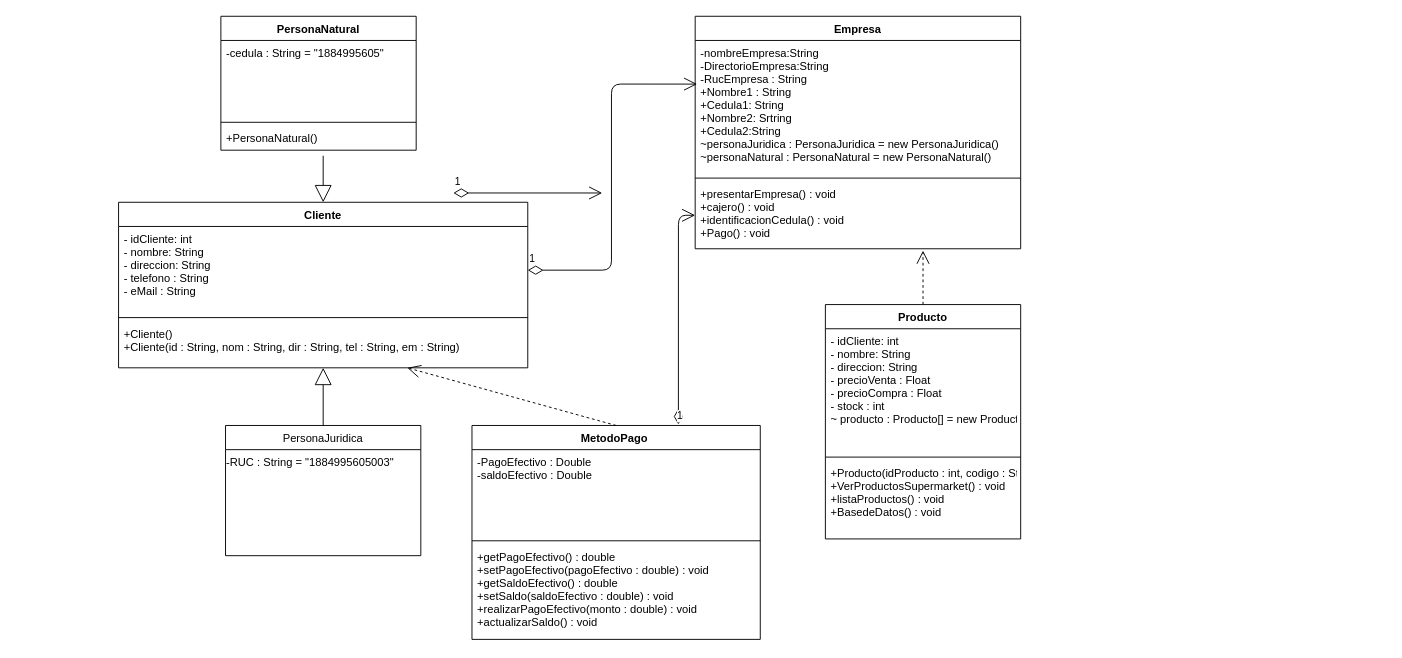
Earlier version of the draw.io diagram utilities/D01_Pagos.drawio (dayapt04/prjSupermarketGrupo4). Source tidied: cells renumbered, new cells numbered last; positions are measured from the earlier drawing's top-left corner, leaving out a move shared by most shapes. Both pictures are drawn from the tidied source at 93%, with x=0, y=0 at pixel (118, 16).
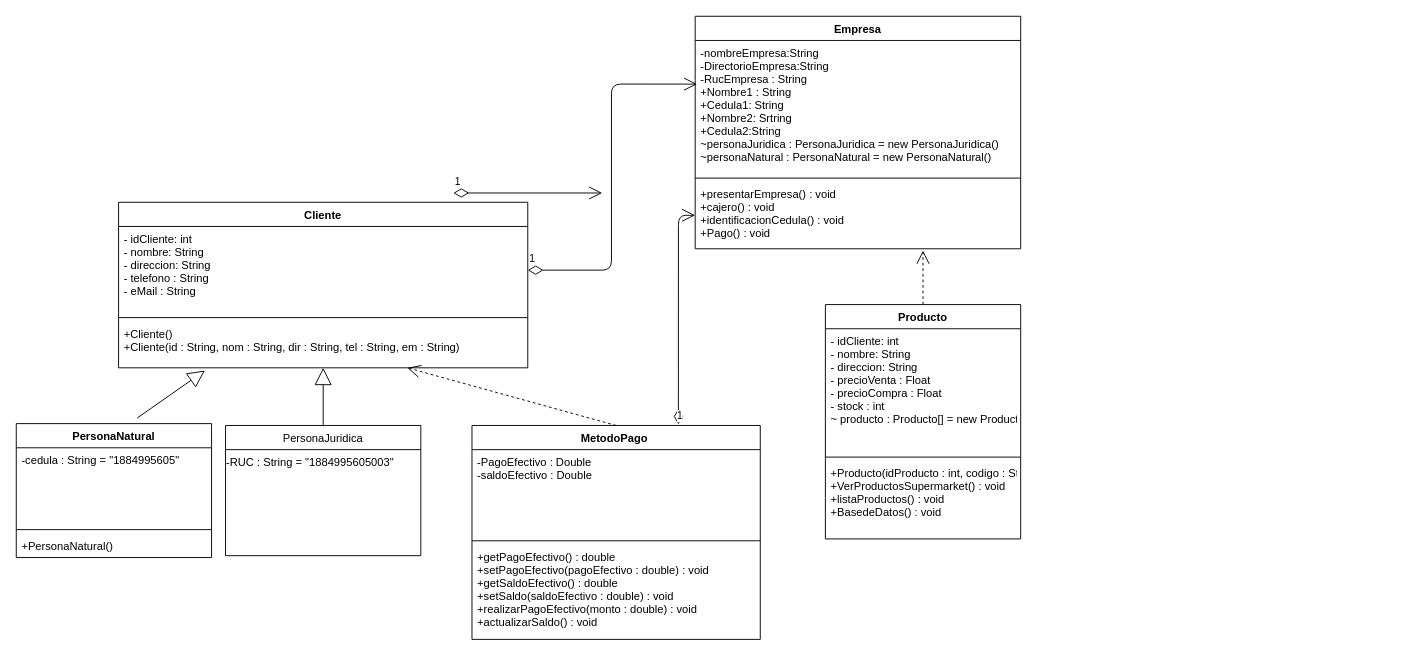
Above is the later version.

Unchanged cells that the change refers to:
```xml
<mxCell id="2" value="Cliente" style="swimlane;fontStyle=1;align=center;verticalAlign=top;horizontal=1;startSize=26;" parent="1" vertex="1">
  <mxGeometry y="200" width="440" height="178" as="geometry" />
</mxCell>
<mxCell id="5" value="+Cliente()&#10;+Cliente(id : String, nom : String, dir : String, tel : String, em : String)" style="text;strokeColor=none;fillColor=none;align=left;verticalAlign=top;spacingLeft=4;spacingRight=4;overflow=hidden;points=[[0,0.5],[1,0.5]];portConstraint=eastwest;" parent="2" vertex="1">
  <mxGeometry y="128" width="440" height="50" as="geometry" />
</mxCell>
```

Diff of the diagram source:
```diff
@@
     <mxCell id="14" value="PersonaNatural" style="swimlane;fontStyle=1;align=center;verticalAlign=top;horizontal=1;startSize=26;" parent="1" vertex="1">
-      <mxGeometry x="110" width="210" height="144" as="geometry" />
+      <mxGeometry x="-110" y="438" width="210" height="144" as="geometry" />
     </mxCell>
@@
-    <mxCell id="25" style="endArrow=block;endSize=16;endFill=0;html=1;entryX=0.5;entryY=0;entryDx=0;entryDy=0;" parent="1" edge="1" target="2">
-      <mxGeometry relative="1" as="geometry">
-        <mxPoint x="220" y="150" as="sourcePoint" />
-      </mxGeometry>
-    </mxCell>
@@
+    <mxCell id="31" style="endArrow=block;endSize=16;endFill=0;html=1;exitX=0.5;exitY=0;exitDx=0;exitDy=0;entryX=0.211;entryY=1.06;entryDx=0;entryDy=0;entryPerimeter=0;" parent="1" edge="1" target="5">
+      <mxGeometry relative="1" as="geometry">
+        <mxPoint x="20" y="432" as="sourcePoint" />
+      </mxGeometry>
+    </mxCell>
```
